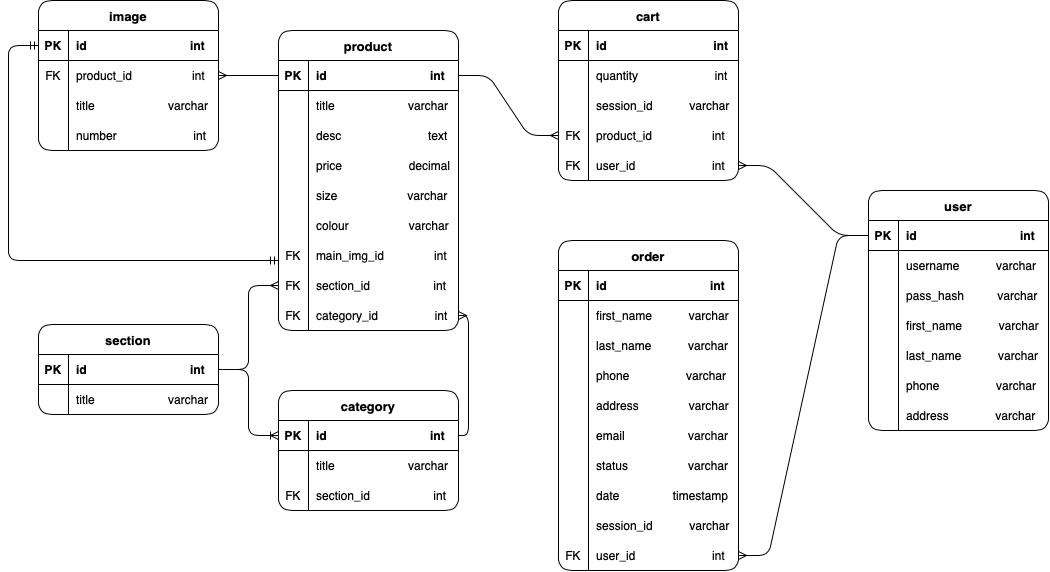
The draw.io diagram documentation/database.png in griMarina/brand-shop, before a commit. Source tidied: cells renumbered, new cells last; positions are measured from the earlier drawing's top-left corner, leaving out a move shared by most shapes.
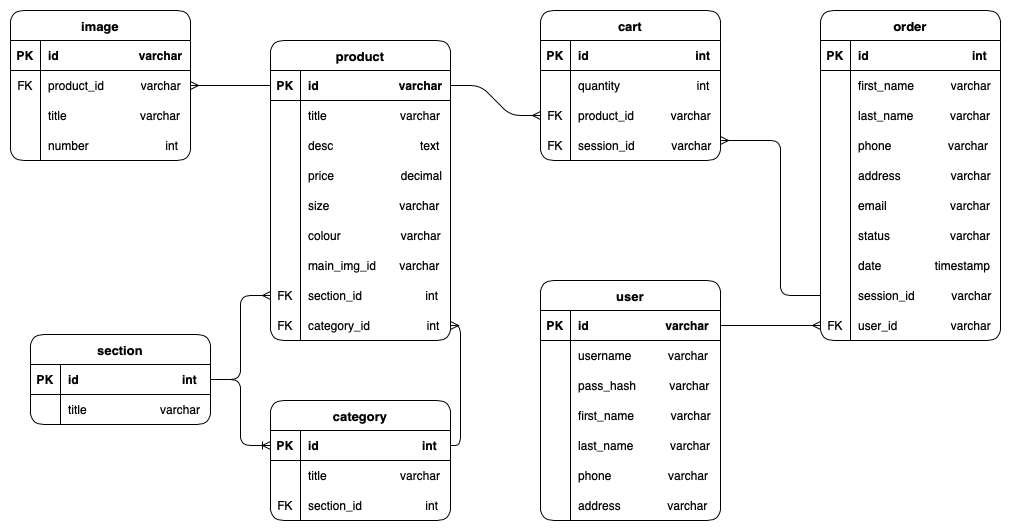
After the commit.

What changed in the source:
```diff
@@ -11,7 +11,7 @@
     <mxCell id="4" value="PK" style="shape=partialRectangle;fillColor=none;top=0;left=0;bottom=0;right=0;fontStyle=1;overflow=hidden;labelBackgroundColor=none;" parent="3" vertex="1">
       <mxGeometry width="30" height="30" as="geometry" />
     </mxCell>
-    <mxCell id="5" value="id                               int" style="shape=partialRectangle;fillColor=none;top=0;left=0;bottom=0;right=0;align=left;spacingLeft=6;fontStyle=1;overflow=hidden;labelBackgroundColor=none;" parent="3" vertex="1">
+    <mxCell id="5" value="id                        varchar" style="shape=partialRectangle;fillColor=none;top=0;left=0;bottom=0;right=0;align=left;spacingLeft=6;fontStyle=1;overflow=hidden;labelBackgroundColor=none;" parent="3" vertex="1">
       <mxGeometry x="30" width="150" height="30" as="geometry" />
     </mxCell>
     <mxCell id="6" style="shape=tableRow;horizontal=0;startSize=0;swimlaneHead=0;swimlaneBody=0;fillColor=none;top=0;left=0;right=0;bottom=0;labelBackgroundColor=none;" parent="2" vertex="1">
@@ -62,10 +62,10 @@
     <mxCell id="21" style="shape=tableRow;horizontal=0;startSize=0;swimlaneHead=0;swimlaneBody=0;fillColor=none;top=0;left=0;right=0;bottom=0;labelBackgroundColor=none;" parent="2" vertex="1">
       <mxGeometry y="210" width="180" height="30" as="geometry" />
     </mxCell>
-    <mxCell id="22" value="FK" style="shape=partialRectangle;fillColor=none;top=0;left=0;bottom=0;right=0;fontStyle=0;overflow=hidden;labelBackgroundColor=none;" parent="21" vertex="1">
+    <mxCell id="22" style="shape=partialRectangle;fillColor=none;top=0;left=0;bottom=0;right=0;fontStyle=0;overflow=hidden;labelBackgroundColor=none;" parent="21" vertex="1">
       <mxGeometry width="30" height="30" as="geometry" />
     </mxCell>
-    <mxCell id="23" value="main_img_id               int" style="shape=partialRectangle;fillColor=none;top=0;left=0;bottom=0;right=0;align=left;spacingLeft=6;fontStyle=0;overflow=hidden;labelBackgroundColor=none;" parent="21" vertex="1">
+    <mxCell id="23" value="main_img_id       varchar" style="shape=partialRectangle;fillColor=none;top=0;left=0;bottom=0;right=0;align=left;spacingLeft=6;fontStyle=0;overflow=hidden;labelBackgroundColor=none;" parent="21" vertex="1">
       <mxGeometry x="30" width="150" height="30" as="geometry" />
     </mxCell>
     <mxCell id="24" style="shape=tableRow;horizontal=0;startSize=0;swimlaneHead=0;swimlaneBody=0;fillColor=none;points=[[0,0.5],[1,0.5]];portConstraint=eastwest;top=0;left=0;right=0;bottom=0;labelBackgroundColor=none;" parent="2" vertex="1">
@@ -87,7 +87,7 @@
       <mxGeometry x="30" width="150" height="30" as="geometry" />
     </mxCell>
     <mxCell id="30" value="image" style="shape=table;startSize=30;rowLines=0;fontStyle=1;align=center;rounded=1;fontSize=13;labelBackgroundColor=none;" parent="1" vertex="1">
-      <mxGeometry x="30" width="180" height="150" as="geometry" />
+      <mxGeometry x="10" width="180" height="150" as="geometry" />
     </mxCell>
     <mxCell id="31" style="shape=tableRow;horizontal=0;startSize=0;swimlaneHead=0;swimlaneBody=0;fillColor=none;points=[[0,0.5],[1,0.5]];portConstraint=eastwest;top=0;left=0;right=0;bottom=1;labelBackgroundColor=none;" parent="30" vertex="1">
       <mxGeometry y="30" width="180" height="30" as="geometry" />
@@ -95,7 +95,7 @@
     <mxCell id="32" value="PK" style="shape=partialRectangle;fillColor=none;top=0;left=0;bottom=0;right=0;fontStyle=1;overflow=hidden;labelBackgroundColor=none;" parent="31" vertex="1">
       <mxGeometry width="30" height="30" as="geometry" />
     </mxCell>
-    <mxCell id="33" value="id                               int" style="shape=partialRectangle;fillColor=none;top=0;left=0;bottom=0;right=0;align=left;spacingLeft=6;fontStyle=1;overflow=hidden;labelBackgroundColor=none;" parent="31" vertex="1">
+    <mxCell id="33" value="id                        varchar" style="shape=partialRectangle;fillColor=none;top=0;left=0;bottom=0;right=0;align=left;spacingLeft=6;fontStyle=1;overflow=hidden;labelBackgroundColor=none;" parent="31" vertex="1">
       <mxGeometry x="30" width="150" height="30" as="geometry" />
     </mxCell>
     <mxCell id="34" style="shape=tableRow;horizontal=0;startSize=0;swimlaneHead=0;swimlaneBody=0;fillColor=none;points=[[0,0.5],[1,0.5]];portConstraint=eastwest;top=0;left=0;right=0;bottom=0;labelBackgroundColor=none;" parent="30" vertex="1">
@@ -104,7 +104,7 @@
     <mxCell id="35" value="FK" style="shape=partialRectangle;fillColor=none;top=0;left=0;bottom=0;right=0;overflow=hidden;labelBackgroundColor=none;" parent="34" vertex="1">
       <mxGeometry width="30" height="30" as="geometry" />
     </mxCell>
-    <mxCell id="36" value="product_id                  int" style="shape=partialRectangle;fillColor=none;top=0;left=0;bottom=0;right=0;align=left;spacingLeft=6;overflow=hidden;labelBackgroundColor=none;" parent="34" vertex="1">
+    <mxCell id="36" value="product_id           varchar" style="shape=partialRectangle;fillColor=none;top=0;left=0;bottom=0;right=0;align=left;spacingLeft=6;overflow=hidden;labelBackgroundColor=none;" parent="34" vertex="1">
       <mxGeometry x="30" width="150" height="30" as="geometry" />
     </mxCell>
     <mxCell id="37" style="shape=tableRow;horizontal=0;startSize=0;swimlaneHead=0;swimlaneBody=0;fillColor=none;top=0;left=0;right=0;bottom=0;labelBackgroundColor=none;" parent="30" vertex="1">
@@ -162,7 +162,7 @@
       <mxGeometry relative="1" as="geometry" />
     </mxCell>
     <mxCell id="55" value="cart" style="shape=table;startSize=30;rowLines=0;fontStyle=1;align=center;rounded=1;fontSize=13;labelBackgroundColor=none;" parent="1" vertex="1">
-      <mxGeometry x="550" width="180" height="180" as="geometry" />
+      <mxGeometry x="540" width="180" height="150" as="geometry" />
     </mxCell>
     <mxCell id="56" style="shape=tableRow;horizontal=0;startSize=0;swimlaneHead=0;swimlaneBody=0;fillColor=none;top=0;left=0;right=0;bottom=1;labelBackgroundColor=none;" parent="55" vertex="1">
       <mxGeometry y="30" width="180" height="30" as="geometry" />
@@ -182,38 +182,29 @@
     <mxCell id="61" value="quantity                       int" style="shape=partialRectangle;fillColor=none;top=0;left=0;bottom=0;right=0;align=left;spacingLeft=6;overflow=hidden;labelBackgroundColor=none;" parent="59" vertex="1">
       <mxGeometry x="30" width="150" height="30" as="geometry" />
     </mxCell>
+    <mxCell id="65" style="shape=tableRow;horizontal=0;startSize=0;swimlaneHead=0;swimlaneBody=0;fillColor=none;points=[[0,0.5],[1,0.5]];portConstraint=eastwest;top=0;left=0;right=0;bottom=0;labelBackgroundColor=none;" parent="55" vertex="1">
+      <mxGeometry y="90" width="180" height="30" as="geometry" />
+    </mxCell>
+    <mxCell id="66" value="FK" style="shape=partialRectangle;fillColor=none;top=0;left=0;bottom=0;right=0;overflow=hidden;labelBackgroundColor=none;" parent="65" vertex="1">
+      <mxGeometry width="30" height="30" as="geometry" />
+    </mxCell>
+    <mxCell id="67" value="product_id           varchar" style="shape=partialRectangle;fillColor=none;top=0;left=0;bottom=0;right=0;align=left;spacingLeft=6;overflow=hidden;whiteSpace=wrap;labelBackgroundColor=none;" parent="65" vertex="1">
+      <mxGeometry x="30" width="150" height="30" as="geometry" />
+    </mxCell>
     <mxCell id="62" style="shape=tableRow;horizontal=0;startSize=0;swimlaneHead=0;swimlaneBody=0;fillColor=none;top=0;left=0;right=0;bottom=0;labelBackgroundColor=none;" parent="55" vertex="1">
-      <mxGeometry y="90" width="180" height="30" as="geometry" />
+      <mxGeometry y="120" width="180" height="30" as="geometry" />
     </mxCell>
-    <mxCell id="63" style="shape=partialRectangle;fillColor=none;top=0;left=0;bottom=0;right=0;overflow=hidden;labelBackgroundColor=none;" parent="62" vertex="1">
+    <mxCell id="63" value="FK" style="shape=partialRectangle;fillColor=none;top=0;left=0;bottom=0;right=0;overflow=hidden;labelBackgroundColor=none;" parent="62" vertex="1">
       <mxGeometry width="30" height="30" as="geometry" />
     </mxCell>
-    <mxCell id="64" value="session_id           varchar" style="shape=partialRectangle;fillColor=none;top=0;left=0;bottom=0;right=0;align=left;spacingLeft=6;overflow=hidden;labelBackgroundColor=none;" parent="62" vertex="1">
+    <mxCell id="64" style="shape=partialRectangle;fillColor=none;top=0;left=0;bottom=0;right=0;align=left;spacingLeft=6;overflow=hidden;labelBackgroundColor=none;" parent="62" vertex="1">
       <mxGeometry x="30" width="150" height="30" as="geometry" />
     </mxCell>
-    <mxCell id="65" style="shape=tableRow;horizontal=0;startSize=0;swimlaneHead=0;swimlaneBody=0;fillColor=none;points=[[0,0.5],[1,0.5]];portConstraint=eastwest;top=0;left=0;right=0;bottom=0;labelBackgroundColor=none;" parent="55" vertex="1">
-      <mxGeometry y="120" width="180" height="30" as="geometry" />
-    </mxCell>
-    <mxCell id="66" value="FK" style="shape=partialRectangle;fillColor=none;top=0;left=0;bottom=0;right=0;overflow=hidden;labelBackgroundColor=none;" parent="65" vertex="1">
-      <mxGeometry width="30" height="30" as="geometry" />
-    </mxCell>
-    <mxCell id="67" value="product_id                  int" style="shape=partialRectangle;fillColor=none;top=0;left=0;bottom=0;right=0;align=left;spacingLeft=6;overflow=hidden;whiteSpace=wrap;labelBackgroundColor=none;" parent="65" vertex="1">
-      <mxGeometry x="30" width="150" height="30" as="geometry" />
-    </mxCell>
-    <mxCell id="68" style="shape=tableRow;horizontal=0;startSize=0;swimlaneHead=0;swimlaneBody=0;fillColor=none;points=[[0,0.5],[1,0.5]];portConstraint=eastwest;top=0;left=0;right=0;bottom=0;labelBackgroundColor=none;" parent="55" vertex="1">
-      <mxGeometry y="150" width="180" height="30" as="geometry" />
-    </mxCell>
-    <mxCell id="69" value="FK" style="shape=partialRectangle;fillColor=none;top=0;left=0;bottom=0;right=0;fontStyle=0;overflow=hidden;labelBackgroundColor=none;" parent="68" vertex="1">
-      <mxGeometry width="30" height="30" as="geometry" />
-    </mxCell>
-    <mxCell id="70" value="user_id                       int" style="shape=partialRectangle;fillColor=none;top=0;left=0;bottom=0;right=0;align=left;spacingLeft=6;fontStyle=0;overflow=hidden;labelBackgroundColor=none;" parent="68" vertex="1">
-      <mxGeometry x="30" width="150" height="30" as="geometry" />
-    </mxCell>
     <mxCell id="71" style="edgeStyle=entityRelationEdgeStyle;fontSize=12;html=1;endArrow=ERmany;rounded=1;fontColor=default;entryX=0;entryY=0.5;entryDx=0;entryDy=0;exitX=1;exitY=0.5;exitDx=0;exitDy=0;labelBackgroundColor=none;" parent="1" edge="1" source="3" target="65">
       <mxGeometry relative="1" as="geometry" />
     </mxCell>
     <mxCell id="72" value="user" style="shape=table;startSize=30;rowLines=0;fontStyle=1;align=center;rounded=1;fontSize=13;labelBackgroundColor=none;" parent="1" vertex="1">
-      <mxGeometry x="860" y="190" width="180" height="240" as="geometry" />
+      <mxGeometry x="540" y="270" width="180" height="240" as="geometry" />
     </mxCell>
     <mxCell id="73" style="shape=tableRow;horizontal=0;startSize=0;swimlaneHead=0;swimlaneBody=0;fillColor=none;points=[[0,0.5],[1,0.5]];portConstraint=eastwest;top=0;left=0;right=0;bottom=1;labelBackgroundColor=none;" parent="72" vertex="1">
       <mxGeometry y="30" width="180" height="30" as="geometry" />
@@ -221,7 +212,7 @@
     <mxCell id="74" value="PK" style="shape=partialRectangle;fillColor=none;top=0;left=0;bottom=0;right=0;fontStyle=1;overflow=hidden;labelBackgroundColor=none;" parent="73" vertex="1">
       <mxGeometry width="30" height="30" as="geometry" />
     </mxCell>
-    <mxCell id="75" value="id                               int" style="shape=partialRectangle;fillColor=none;top=0;left=0;bottom=0;right=0;align=left;spacingLeft=6;fontStyle=1;overflow=hidden;labelBackgroundColor=none;" parent="73" vertex="1">
+    <mxCell id="75" value="id                       varchar" style="shape=partialRectangle;fillColor=none;top=0;left=0;bottom=0;right=0;align=left;spacingLeft=6;fontStyle=1;overflow=hidden;labelBackgroundColor=none;" parent="73" vertex="1">
       <mxGeometry x="30" width="150" height="30" as="geometry" />
     </mxCell>
     <mxCell id="76" style="shape=tableRow;horizontal=0;startSize=0;swimlaneHead=0;swimlaneBody=0;fillColor=none;top=0;left=0;right=0;bottom=0;labelBackgroundColor=none;" parent="72" vertex="1">
@@ -278,11 +269,8 @@
     <mxCell id="93" value="address              varchar" style="shape=partialRectangle;fillColor=none;top=0;left=0;bottom=0;right=0;align=left;spacingLeft=6;overflow=hidden;labelBackgroundColor=none;" parent="91" vertex="1">
       <mxGeometry x="30" width="150" height="30" as="geometry" />
     </mxCell>
-    <mxCell id="94" style="edgeStyle=entityRelationEdgeStyle;fontSize=12;html=1;endArrow=ERmany;rounded=1;fontColor=default;entryX=1;entryY=0.5;entryDx=0;entryDy=0;exitX=0;exitY=0.5;exitDx=0;exitDy=0;labelBackgroundColor=none;" parent="1" edge="1" source="73" target="68">
-      <mxGeometry relative="1" as="geometry" />
-    </mxCell>
     <mxCell id="95" value="order" style="shape=table;startSize=30;rowLines=0;fontStyle=1;align=center;rounded=1;fontSize=13;labelBackgroundColor=none;" parent="1" vertex="1">
-      <mxGeometry x="550" y="240" width="180" height="330" as="geometry" />
+      <mxGeometry x="820" width="180" height="330" as="geometry" />
     </mxCell>
     <mxCell id="96" style="shape=tableRow;horizontal=0;startSize=0;swimlaneHead=0;swimlaneBody=0;fillColor=none;top=0;left=0;right=0;bottom=1;labelBackgroundColor=none;" parent="95" vertex="1">
       <mxGeometry y="30" width="180" height="30" as="geometry" />
@@ -371,22 +359,12 @@
     <mxCell id="124" value="FK" style="shape=partialRectangle;fillColor=none;top=0;left=0;bottom=0;right=0;fontStyle=0;overflow=hidden;rounded=1;labelBackgroundColor=none;fontSize=12;" parent="123" vertex="1">
       <mxGeometry width="30" height="30" as="geometry" />
     </mxCell>
-    <mxCell id="125" value="user_id                       int" style="shape=partialRectangle;fillColor=none;top=0;left=0;bottom=0;right=0;align=left;spacingLeft=6;fontStyle=0;overflow=hidden;rounded=1;labelBackgroundColor=none;fontSize=12;" parent="123" vertex="1">
+    <mxCell id="125" value="user_id                varchar" style="shape=partialRectangle;fillColor=none;top=0;left=0;bottom=0;right=0;align=left;spacingLeft=6;fontStyle=0;overflow=hidden;rounded=1;labelBackgroundColor=none;fontSize=12;" parent="123" vertex="1">
       <mxGeometry x="30" width="150" height="30" as="geometry" />
     </mxCell>
-    <mxCell id="126" style="edgeStyle=entityRelationEdgeStyle;fontSize=12;html=1;endArrow=ERmany;rounded=1;fontColor=default;entryX=1;entryY=0.5;entryDx=0;entryDy=0;exitX=0;exitY=0.5;exitDx=0;exitDy=0;labelBackgroundColor=none;" parent="1" edge="1" source="73" target="123">
+    <mxCell id="126" style="edgeStyle=entityRelationEdgeStyle;fontSize=12;html=1;endArrow=ERmany;rounded=1;fontColor=default;labelBackgroundColor=none;" parent="1" edge="1" source="73" target="123">
       <mxGeometry relative="1" as="geometry" />
     </mxCell>
-    <mxCell id="127" style="edgeStyle=orthogonalEdgeStyle;fontSize=12;html=1;endArrow=ERmandOne;startArrow=ERmandOne;rounded=1;fontColor=default;exitX=0;exitY=0.5;exitDx=0;exitDy=0;labelBackgroundColor=none;" parent="1" edge="1" source="31">
-      <mxGeometry relative="1" as="geometry">
-        <mxPoint x="270" y="260" as="targetPoint" />
-        <Array as="points">
-          <mxPoint y="45" />
-          <mxPoint y="260" />
-          <mxPoint x="270" y="260" />
-        </Array>
-      </mxGeometry>
-    </mxCell>
     <mxCell id="128" value="section" style="shape=table;startSize=30;rowLines=0;fontStyle=1;align=center;rounded=1;fontSize=13;labelBackgroundColor=none;" parent="1" vertex="1">
       <mxGeometry x="30" y="324" width="180" height="90" as="geometry" />
     </mxCell>
@@ -414,5 +392,17 @@
     <mxCell id="136" style="edgeStyle=entityRelationEdgeStyle;fontSize=12;html=1;endArrow=ERoneToMany;rounded=1;exitX=1;exitY=0.5;exitDx=0;exitDy=0;entryX=0;entryY=0.5;entryDx=0;entryDy=0;" parent="1" edge="1" source="129" target="45">
       <mxGeometry relative="1" as="geometry" />
     </mxCell>
+    <mxCell id="137" value="session_id           varchar" style="shape=partialRectangle;fillColor=none;top=0;left=0;bottom=0;right=0;align=left;spacingLeft=6;overflow=hidden;labelBackgroundColor=none;" parent="1" vertex="1">
+      <mxGeometry x="570" y="120" width="150" height="30" as="geometry" />
+    </mxCell>
+    <mxCell id="138" style="edgeStyle=orthogonalEdgeStyle;fontSize=12;html=1;endArrow=ERmany;rounded=1;exitX=0;exitY=0.5;exitDx=0;exitDy=0;labelBackgroundColor=none;fontColor=default;" parent="1" edge="1" source="120">
+      <mxGeometry relative="1" as="geometry">
+        <mxPoint x="720" y="130" as="targetPoint" />
+        <Array as="points">
+          <mxPoint x="780" y="285" />
+          <mxPoint x="780" y="130" />
+        </Array>
+      </mxGeometry>
+    </mxCell>
   </root>
 </mxGraphModel>
```
